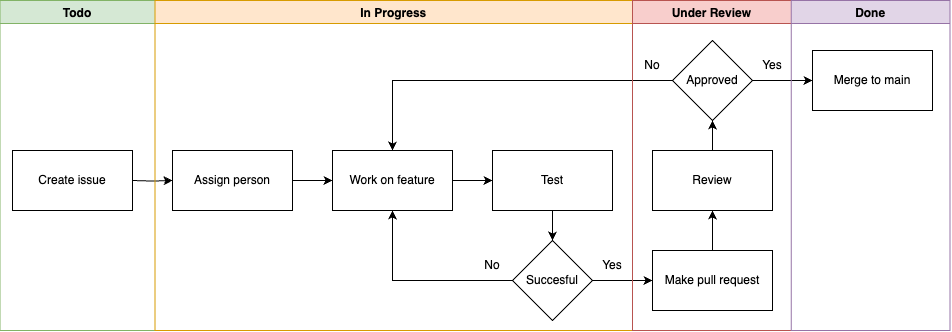
This is docs/images/ProjectBoard.png from ITU-BDSA2024-GROUP2/Chirp, a draw.io export, as it was before one commit. Source tidied: cells renumbered, new cells last; positions are measured from the earlier drawing's top-left corner, leaving out a move shared by most shapes. Source of this version:
```xml
<mxGraphModel>
  <root>
    <mxCell id="0" />
    <mxCell id="1" parent="0" />
    <mxCell id="2" style="edgeStyle=orthogonalEdgeStyle;rounded=0;jettySize=auto;html=1;exitX=1;exitY=0.5;exitDx=0;exitDy=0;entryX=0;entryY=0.5;entryDx=0;entryDy=0;" parent="1" edge="1" target="5">
      <mxGeometry relative="1" as="geometry">
        <mxPoint x="132" y="180" as="sourcePoint" />
      </mxGeometry>
    </mxCell>
    <mxCell id="3" value="Create issue" style="rounded=0;whiteSpace=wrap;html=1;" parent="1" vertex="1">
      <mxGeometry x="12" y="150" width="120" height="60" as="geometry" />
    </mxCell>
    <mxCell id="4" style="edgeStyle=orthogonalEdgeStyle;rounded=0;jettySize=auto;html=1;exitX=1;exitY=0.5;exitDx=0;exitDy=0;entryX=0;entryY=0.5;entryDx=0;entryDy=0;" parent="1" edge="1" source="5" target="7">
      <mxGeometry relative="1" as="geometry" />
    </mxCell>
    <mxCell id="5" value="Assign person" style="rounded=0;whiteSpace=wrap;html=1;" parent="1" vertex="1">
      <mxGeometry x="172" y="150" width="120" height="60" as="geometry" />
    </mxCell>
    <mxCell id="6" style="edgeStyle=orthogonalEdgeStyle;rounded=0;jettySize=auto;html=1;exitX=1;exitY=0.5;exitDx=0;exitDy=0;entryX=0;entryY=0.5;entryDx=0;entryDy=0;" parent="1" edge="1" source="7" target="14">
      <mxGeometry relative="1" as="geometry" />
    </mxCell>
    <mxCell id="7" value="Work on feature" style="rounded=0;whiteSpace=wrap;html=1;" parent="1" vertex="1">
      <mxGeometry x="332" y="150" width="120" height="60" as="geometry" />
    </mxCell>
    <mxCell id="8" style="edgeStyle=orthogonalEdgeStyle;rounded=0;jettySize=auto;html=1;exitX=0.5;exitY=0;exitDx=0;exitDy=0;entryX=0.5;entryY=1;entryDx=0;entryDy=0;" parent="1" edge="1" source="9" target="11">
      <mxGeometry relative="1" as="geometry" />
    </mxCell>
    <mxCell id="9" value="Make pull request" style="rounded=0;whiteSpace=wrap;html=1;" parent="1" vertex="1">
      <mxGeometry x="652" y="250" width="120" height="60" as="geometry" />
    </mxCell>
    <mxCell id="10" style="edgeStyle=orthogonalEdgeStyle;rounded=0;jettySize=auto;html=1;exitX=0.5;exitY=0;exitDx=0;exitDy=0;entryX=0.5;entryY=1;entryDx=0;entryDy=0;" parent="1" edge="1" source="11" target="22">
      <mxGeometry relative="1" as="geometry" />
    </mxCell>
    <mxCell id="11" value="Review" style="rounded=0;whiteSpace=wrap;html=1;" parent="1" vertex="1">
      <mxGeometry x="652" y="150" width="120" height="60" as="geometry" />
    </mxCell>
    <mxCell id="12" value="Merge to main" style="rounded=0;whiteSpace=wrap;html=1;" parent="1" vertex="1">
      <mxGeometry x="812" y="50" width="120" height="60" as="geometry" />
    </mxCell>
    <mxCell id="13" style="edgeStyle=orthogonalEdgeStyle;rounded=0;jettySize=auto;html=1;" parent="1" edge="1" source="14" target="17">
      <mxGeometry relative="1" as="geometry" />
    </mxCell>
    <mxCell id="14" value="Test" style="rounded=0;whiteSpace=wrap;html=1;" parent="1" vertex="1">
      <mxGeometry x="492" y="150" width="120" height="60" as="geometry" />
    </mxCell>
    <mxCell id="15" style="edgeStyle=orthogonalEdgeStyle;rounded=0;jettySize=auto;html=1;exitX=0;exitY=0.5;exitDx=0;exitDy=0;entryX=0.5;entryY=1;entryDx=0;entryDy=0;" parent="1" edge="1" source="17" target="7">
      <mxGeometry relative="1" as="geometry" />
    </mxCell>
    <mxCell id="16" style="edgeStyle=orthogonalEdgeStyle;rounded=0;jettySize=auto;html=1;exitX=1;exitY=0.5;exitDx=0;exitDy=0;entryX=0;entryY=0.5;entryDx=0;entryDy=0;" parent="1" edge="1" source="17" target="9">
      <mxGeometry relative="1" as="geometry" />
    </mxCell>
    <mxCell id="17" value="Succesful" style="rhombus;whiteSpace=wrap;html=1;" parent="1" vertex="1">
      <mxGeometry x="512" y="240" width="80" height="80" as="geometry" />
    </mxCell>
    <mxCell id="18" value="No" style="text;html=1;align=center;verticalAlign=middle;whiteSpace=wrap;rounded=0;" parent="1" vertex="1">
      <mxGeometry x="462" y="250" width="60" height="30" as="geometry" />
    </mxCell>
    <mxCell id="19" value="Yes" style="text;html=1;align=center;verticalAlign=middle;whiteSpace=wrap;rounded=0;" parent="1" vertex="1">
      <mxGeometry x="582" y="250" width="60" height="30" as="geometry" />
    </mxCell>
    <mxCell id="20" style="edgeStyle=orthogonalEdgeStyle;rounded=0;jettySize=auto;html=1;exitX=1;exitY=0.5;exitDx=0;exitDy=0;entryX=0;entryY=0.5;entryDx=0;entryDy=0;" parent="1" edge="1" source="22" target="12">
      <mxGeometry relative="1" as="geometry" />
    </mxCell>
    <mxCell id="21" style="edgeStyle=orthogonalEdgeStyle;rounded=0;jettySize=auto;html=1;exitX=0;exitY=0.5;exitDx=0;exitDy=0;entryX=0.5;entryY=0;entryDx=0;entryDy=0;" parent="1" edge="1" source="22" target="7">
      <mxGeometry relative="1" as="geometry" />
    </mxCell>
    <mxCell id="22" value="Approved" style="rhombus;whiteSpace=wrap;html=1;" parent="1" vertex="1">
      <mxGeometry x="672" y="40" width="80" height="80" as="geometry" />
    </mxCell>
    <mxCell id="23" value="No" style="text;html=1;align=center;verticalAlign=middle;whiteSpace=wrap;rounded=0;" parent="1" vertex="1">
      <mxGeometry x="622" y="50" width="60" height="30" as="geometry" />
    </mxCell>
    <mxCell id="24" value="Yes" style="text;html=1;align=center;verticalAlign=middle;whiteSpace=wrap;rounded=0;" parent="1" vertex="1">
      <mxGeometry x="742" y="50" width="60" height="30" as="geometry" />
    </mxCell>
    <mxCell id="25" value="Todo" style="swimlane;fillColor=#d5e8d4;strokeColor=#82b366;" parent="1" vertex="1">
      <mxGeometry x="-0.5" width="155" height="330" as="geometry" />
    </mxCell>
    <mxCell id="26" value="In Progress" style="swimlane;fillColor=#ffe6cc;strokeColor=#d79b00;" parent="1" vertex="1">
      <mxGeometry x="154.5" width="477.5" height="330" as="geometry" />
    </mxCell>
    <mxCell id="27" value="Under Review" style="swimlane;fillColor=#f8cecc;strokeColor=#b85450;" parent="1" vertex="1">
      <mxGeometry x="632" width="158.8" height="330" as="geometry" />
    </mxCell>
    <mxCell id="28" value="Done" style="swimlane;fillColor=#e1d5e7;strokeColor=#9673a6;" parent="1" vertex="1">
      <mxGeometry x="790.8" width="158.8" height="330" as="geometry" />
    </mxCell>
  </root>
</mxGraphModel>
```
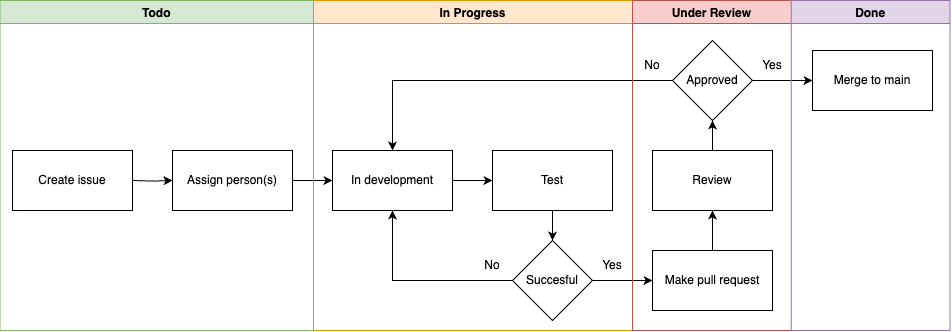
The same diagram one commit later.

Commit message:
updated development workflow

The edit, as a diff of the source:
```diff
@@ -13,13 +13,13 @@
     <mxCell id="4" style="edgeStyle=orthogonalEdgeStyle;rounded=0;jettySize=auto;html=1;exitX=1;exitY=0.5;exitDx=0;exitDy=0;entryX=0;entryY=0.5;entryDx=0;entryDy=0;" parent="1" edge="1" source="5" target="7">
       <mxGeometry relative="1" as="geometry" />
     </mxCell>
-    <mxCell id="5" value="Assign person" style="rounded=0;whiteSpace=wrap;html=1;" parent="1" vertex="1">
+    <mxCell id="5" value="Assign person(s)" style="rounded=0;whiteSpace=wrap;html=1;" parent="1" vertex="1">
       <mxGeometry x="172" y="150" width="120" height="60" as="geometry" />
     </mxCell>
     <mxCell id="6" style="edgeStyle=orthogonalEdgeStyle;rounded=0;jettySize=auto;html=1;exitX=1;exitY=0.5;exitDx=0;exitDy=0;entryX=0;entryY=0.5;entryDx=0;entryDy=0;" parent="1" edge="1" source="7" target="14">
       <mxGeometry relative="1" as="geometry" />
     </mxCell>
-    <mxCell id="7" value="Work on feature" style="rounded=0;whiteSpace=wrap;html=1;" parent="1" vertex="1">
+    <mxCell id="7" value="In development" style="rounded=0;whiteSpace=wrap;html=1;" parent="1" vertex="1">
       <mxGeometry x="332" y="150" width="120" height="60" as="geometry" />
     </mxCell>
     <mxCell id="8" style="edgeStyle=orthogonalEdgeStyle;rounded=0;jettySize=auto;html=1;exitX=0.5;exitY=0;exitDx=0;exitDy=0;entryX=0.5;entryY=1;entryDx=0;entryDy=0;" parent="1" edge="1" source="9" target="11">
@@ -74,10 +74,10 @@
       <mxGeometry x="742" y="50" width="60" height="30" as="geometry" />
     </mxCell>
     <mxCell id="25" value="Todo" style="swimlane;fillColor=#d5e8d4;strokeColor=#82b366;" parent="1" vertex="1">
-      <mxGeometry x="-0.5" width="155" height="330" as="geometry" />
+      <mxGeometry x="-0.5" width="313.5" height="330" as="geometry" />
     </mxCell>
     <mxCell id="26" value="In Progress" style="swimlane;fillColor=#ffe6cc;strokeColor=#d79b00;" parent="1" vertex="1">
-      <mxGeometry x="154.5" width="477.5" height="330" as="geometry" />
+      <mxGeometry x="313" width="319" height="330" as="geometry" />
     </mxCell>
     <mxCell id="27" value="Under Review" style="swimlane;fillColor=#f8cecc;strokeColor=#b85450;" parent="1" vertex="1">
       <mxGeometry x="632" width="158.8" height="330" as="geometry" />
```
